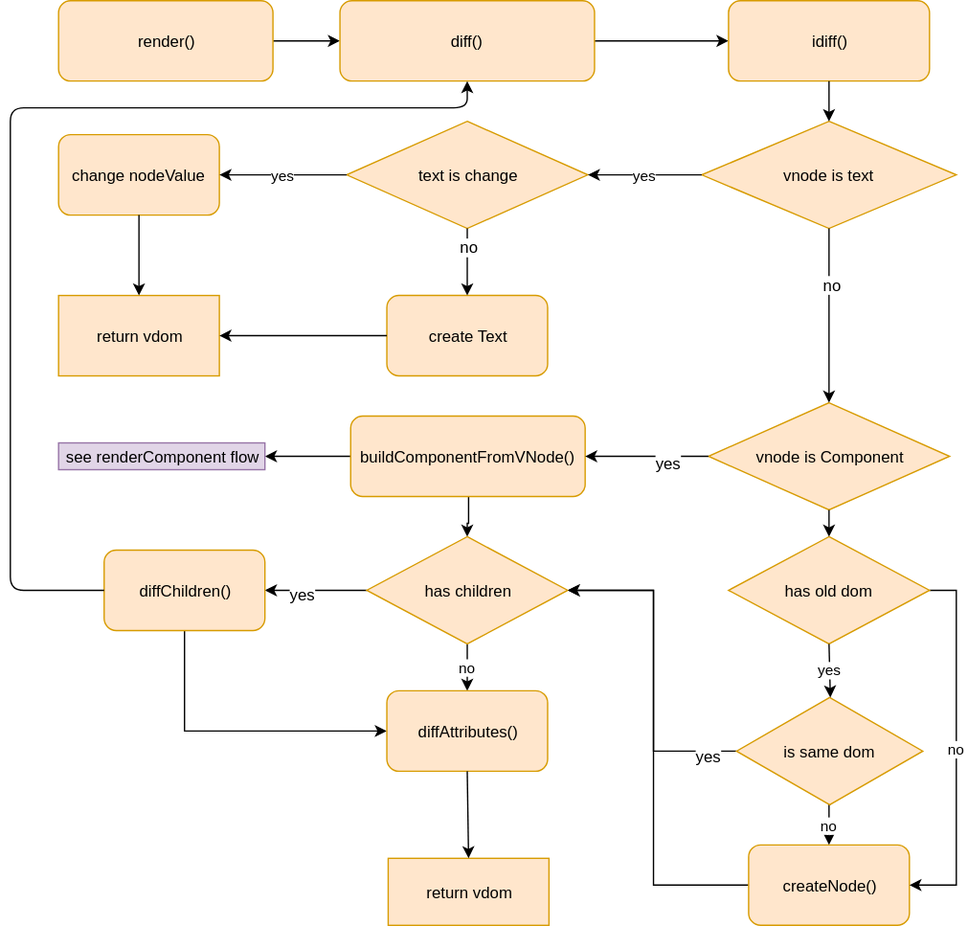
Earlier version of the draw.io export public/img/preact-source/render-flow.svg (zeromake/zeromake.github.io). Source tidied: cells renumbered, new cells last; positions are measured from the earlier drawing's top-left corner, leaving out a move shared by most shapes.
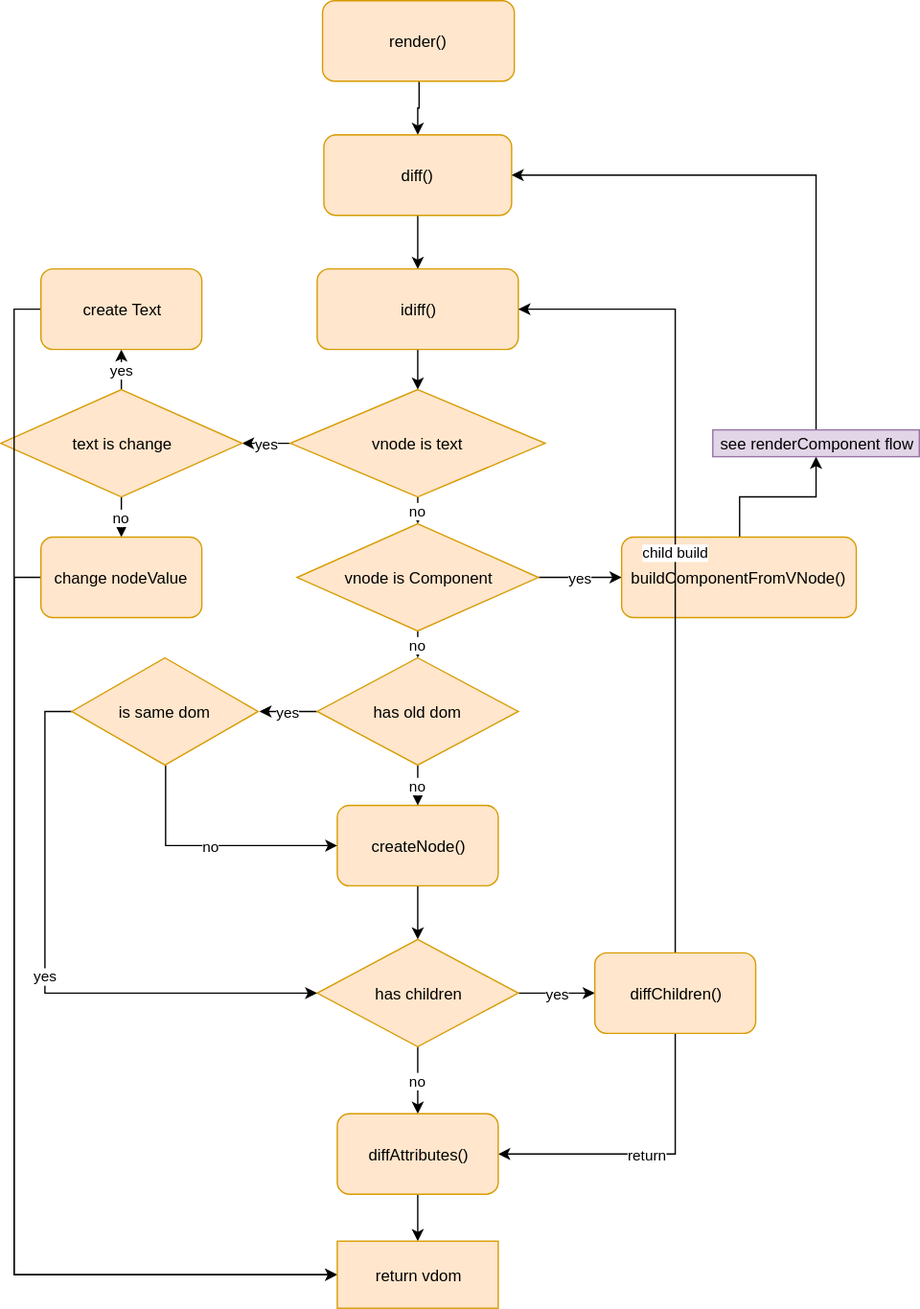
After the commit.

Commit message:
fix: change render-flow

The edit, as a diff of the source:
```diff
@@ -1,4 +1,4 @@
-<mxGraphModel background="#ffffff">
+<mxGraphModel background="#FFFFFF">
   <root>
     <mxCell id="0" />
     <mxCell id="1" parent="0" />
@@ -6,155 +6,123 @@
       <mxGeometry relative="1" as="geometry" />
     </mxCell>
     <mxCell id="3" value="&lt;div&gt;&lt;span&gt;render&lt;/span&gt;()&lt;/div&gt;" style="rounded=1;whiteSpace=wrap;html=1;fillColor=#ffe6cc;strokeColor=#d79b00;" parent="1" vertex="1">
-      <mxGeometry x="36" width="160" height="60" as="geometry" />
+      <mxGeometry x="297" y="-10" width="143" height="60" as="geometry" />
     </mxCell>
-    <mxCell id="4" style="edgeStyle=orthogonalEdgeStyle;rounded=0;html=1;jettySize=auto;" parent="1" edge="1" source="5" target="6">
+    <mxCell id="4" style="edgeStyle=orthogonalEdgeStyle;rounded=0;html=1;exitX=0.5;exitY=1;jettySize=auto;" parent="1" edge="1" source="5" target="6">
       <mxGeometry relative="1" as="geometry" />
     </mxCell>
     <mxCell id="5" value="&lt;span&gt;diff&lt;/span&gt;(&lt;span&gt;)&lt;/span&gt;" style="rounded=1;whiteSpace=wrap;html=1;fillColor=#ffe6cc;strokeColor=#d79b00;" parent="1" vertex="1">
-      <mxGeometry x="246" width="190" height="60" as="geometry" />
+      <mxGeometry x="298" y="90" width="140" height="60" as="geometry" />
     </mxCell>
+    <mxCell id="8" style="edgeStyle=orthogonalEdgeStyle;rounded=0;html=1;exitX=0.5;exitY=1;jettySize=auto;" parent="1" edge="1" source="6" target="7">
+      <mxGeometry relative="1" as="geometry" />
+    </mxCell>
     <mxCell id="6" value="&lt;div&gt;&lt;span&gt;idiff&lt;/span&gt;(&lt;span&gt;)&lt;/span&gt;&lt;/div&gt;" style="rounded=1;whiteSpace=wrap;html=1;fillColor=#ffe6cc;strokeColor=#d79b00;" parent="1" vertex="1">
-      <mxGeometry x="536" width="150" height="60" as="geometry" />
+      <mxGeometry x="293" y="190" width="150" height="60" as="geometry" />
     </mxCell>
+    <mxCell id="10" value="yes" style="edgeStyle=orthogonalEdgeStyle;rounded=0;html=1;exitX=0;exitY=0.5;entryX=1;entryY=0.5;jettySize=auto;" parent="1" edge="1" source="7" target="9">
+      <mxGeometry relative="1" as="geometry" />
+    </mxCell>
+    <mxCell id="20" value="no" style="edgeStyle=orthogonalEdgeStyle;rounded=0;html=1;exitX=0.5;exitY=1;entryX=0.5;entryY=0;jettySize=auto;" parent="1" edge="1" source="7" target="19">
+      <mxGeometry relative="1" as="geometry" />
+    </mxCell>
     <mxCell id="7" value="vnode is text" style="rhombus;whiteSpace=wrap;html=1;fillColor=#ffe6cc;strokeColor=#d79b00;" parent="1" vertex="1">
-      <mxGeometry x="516" y="90" width="190" height="80" as="geometry" />
+      <mxGeometry x="273" y="280" width="190" height="80" as="geometry" />
     </mxCell>
-    <mxCell id="8" style="endArrow=classic;html=1;exitX=0.5;exitY=1;" parent="1" edge="1" source="6" target="7">
-      <mxGeometry relative="1" as="geometry" />
-    </mxCell>
+    <mxCell id="14" value="yes" style="edgeStyle=orthogonalEdgeStyle;rounded=0;html=1;exitX=0.5;exitY=0;jettySize=auto;" parent="1" edge="1" source="9" target="13">
+      <mxGeometry relative="1" as="geometry" />
+    </mxCell>
+    <mxCell id="12" value="no" style="edgeStyle=orthogonalEdgeStyle;rounded=0;html=1;exitX=0.5;exitY=1;jettySize=auto;" parent="1" edge="1" source="9" target="11">
+      <mxGeometry relative="1" as="geometry" />
+    </mxCell>
     <mxCell id="9" value="text&lt;span&gt;&amp;nbsp;is change&lt;/span&gt;" style="rhombus;whiteSpace=wrap;html=1;fillColor=#ffe6cc;strokeColor=#d79b00;" parent="1" vertex="1">
-      <mxGeometry x="251" y="90" width="180" height="80" as="geometry" />
+      <mxGeometry x="57" y="280" width="180" height="80" as="geometry" />
     </mxCell>
-    <mxCell id="10" value="yes" style="endArrow=classic;html=1;entryX=1;entryY=0.5;exitX=0;exitY=0.5;" parent="1" edge="1" source="7" target="9">
-      <mxGeometry relative="1" as="geometry" />
-    </mxCell>
+    <mxCell id="48" style="edgeStyle=orthogonalEdgeStyle;rounded=0;html=1;exitX=0;exitY=0.5;entryX=0;entryY=0.5;jettySize=auto;" parent="1" edge="1" source="11" target="37">
+      <mxGeometry relative="1" as="geometry" />
+    </mxCell>
     <mxCell id="11" value="change&amp;nbsp;&lt;span&gt;nodeValue&lt;/span&gt;" style="rounded=1;whiteSpace=wrap;html=1;fillColor=#ffe6cc;strokeColor=#d79b00;" parent="1" vertex="1">
-      <mxGeometry x="36" y="100" width="120" height="60" as="geometry" />
+      <mxGeometry x="87" y="390" width="120" height="60" as="geometry" />
     </mxCell>
-    <mxCell id="12" value="yes" style="endArrow=classic;html=1;entryX=1;entryY=0.5;exitX=0;exitY=0.5;" parent="1" edge="1" source="9" target="11">
-      <mxGeometry relative="1" as="geometry" />
-    </mxCell>
+    <mxCell id="49" style="edgeStyle=orthogonalEdgeStyle;rounded=0;html=1;exitX=0;exitY=0.5;entryX=0;entryY=0.5;jettySize=auto;" parent="1" edge="1" source="13" target="37">
+      <mxGeometry relative="1" as="geometry" />
+    </mxCell>
     <mxCell id="13" value="create Text" style="rounded=1;whiteSpace=wrap;html=1;fillColor=#ffe6cc;strokeColor=#d79b00;" parent="1" vertex="1">
-      <mxGeometry x="281" y="220" width="120" height="60" as="geometry" />
+      <mxGeometry x="87" y="190" width="120" height="60" as="geometry" />
     </mxCell>
-    <mxCell id="14" style="endArrow=classic;html=1;entryX=0.5;entryY=0;" parent="1" edge="1" source="9" target="13">
-      <mxGeometry relative="1" as="geometry" />
-    </mxCell>
-    <mxCell id="15" value="no" style="text;html=1;align=center;verticalAlign=middle;labelBackgroundColor=#ffffff;" parent="14" vertex="1">
-      <mxGeometry x="-0.48" y="1" relative="1" as="geometry" />
-    </mxCell>
-    <mxCell id="16" value="return vdom" style="rounded=0;whiteSpace=wrap;html=1;fillColor=#ffe6cc;strokeColor=#d79b00;" parent="1" vertex="1">
-      <mxGeometry x="36" y="220" width="120" height="60" as="geometry" />
-    </mxCell>
-    <mxCell id="17" style="endArrow=classic;html=1;entryX=0.5;entryY=0;exitX=0.5;exitY=1;" parent="1" edge="1" source="11" target="16">
-      <mxGeometry relative="1" as="geometry" />
-    </mxCell>
-    <mxCell id="18" style="endArrow=classic;html=1;entryX=1;entryY=0.5;exitX=0;exitY=0.5;" parent="1" edge="1" source="13" target="16">
-      <mxGeometry relative="1" as="geometry" />
-    </mxCell>
+    <mxCell id="27" value="yes" style="edgeStyle=orthogonalEdgeStyle;rounded=0;html=1;exitX=1;exitY=0.5;entryX=0;entryY=0.5;jettySize=auto;" parent="1" edge="1" source="19" target="26">
+      <mxGeometry relative="1" as="geometry" />
+    </mxCell>
+    <mxCell id="42" value="no" style="edgeStyle=orthogonalEdgeStyle;rounded=0;html=1;exitX=0.5;exitY=1;entryX=0.5;entryY=0;jettySize=auto;" parent="1" edge="1" source="19" target="41">
+      <mxGeometry relative="1" as="geometry" />
+    </mxCell>
     <mxCell id="19" value="vnode is&amp;nbsp;&lt;span&gt;Component&lt;/span&gt;" style="rhombus;whiteSpace=wrap;html=1;fillColor=#ffe6cc;strokeColor=#d79b00;" parent="1" vertex="1">
-      <mxGeometry x="521" y="300" width="180" height="80" as="geometry" />
+      <mxGeometry x="278" y="380" width="180" height="80" as="geometry" />
     </mxCell>
-    <mxCell id="20" style="endArrow=classic;html=1;entryX=0.5;entryY=0;exitX=0.5;exitY=1;" parent="1" edge="1" source="7" target="19">
-      <mxGeometry relative="1" as="geometry" />
-    </mxCell>
-    <mxCell id="21" value="no" style="text;html=1;align=center;verticalAlign=middle;labelBackgroundColor=#ffffff;" parent="20" vertex="1">
-      <mxGeometry x="-0.37" y="2" relative="1" as="geometry" />
-    </mxCell>
-    <mxCell id="22" style="edgeStyle=orthogonalEdgeStyle;rounded=0;html=1;jettySize=auto;entryX=1;entryY=0.5;" parent="1" edge="1" source="23" target="32">
-      <mxGeometry relative="1" as="geometry">
-        <Array as="points">
-          <mxPoint x="480" y="660" />
-          <mxPoint x="480" y="440" />
-        </Array>
-      </mxGeometry>
+    <mxCell id="22" style="edgeStyle=orthogonalEdgeStyle;rounded=0;html=1;exitX=0.5;exitY=1;entryX=0.5;entryY=0;jettySize=auto;" parent="1" edge="1" source="23" target="32">
+      <mxGeometry relative="1" as="geometry" />
     </mxCell>
     <mxCell id="23" value="&lt;div&gt;&lt;span&gt;createNode()&lt;/span&gt;&lt;/div&gt;" style="rounded=1;whiteSpace=wrap;html=1;fillColor=#ffe6cc;strokeColor=#d79b00;" parent="1" vertex="1">
-      <mxGeometry x="551" y="630" width="120" height="60" as="geometry" />
+      <mxGeometry x="308" y="590" width="120" height="60" as="geometry" />
     </mxCell>
-    <mxCell id="24" style="edgeStyle=orthogonalEdgeStyle;rounded=0;html=1;jettySize=auto;" parent="1" edge="1" source="26" target="32">
-      <mxGeometry relative="1" as="geometry" />
-    </mxCell>
-    <mxCell id="25" style="edgeStyle=orthogonalEdgeStyle;rounded=0;html=1;exitX=0;exitY=0.5;jettySize=auto;" parent="1" edge="1" source="26" target="38">
+    <mxCell id="25" style="edgeStyle=orthogonalEdgeStyle;rounded=0;html=1;exitX=0.5;exitY=0;entryX=0.5;entryY=1;jettySize=auto;" parent="1" edge="1" source="26" target="38">
       <mxGeometry relative="1" as="geometry" />
     </mxCell>
     <mxCell id="26" value="&lt;div&gt;&lt;span&gt;buildComponentFromVNode()&lt;/span&gt;&lt;/div&gt;" style="rounded=1;whiteSpace=wrap;html=1;fillColor=#ffe6cc;strokeColor=#d79b00;" parent="1" vertex="1">
-      <mxGeometry x="254" y="310" width="175" height="60" as="geometry" />
+      <mxGeometry x="520" y="390" width="175" height="60" as="geometry" />
     </mxCell>
-    <mxCell id="27" style="endArrow=classic;html=1;entryX=1;entryY=0.5;exitX=0;exitY=0.5;" parent="1" edge="1" source="19" target="26">
-      <mxGeometry relative="1" as="geometry" />
-    </mxCell>
-    <mxCell id="28" value="yes" style="text;html=1;align=center;verticalAlign=middle;labelBackgroundColor=#ffffff;" parent="27" vertex="1">
-      <mxGeometry x="-0.35" y="4" relative="1" as="geometry" />
-    </mxCell>
-    <mxCell id="29" style="edgeStyle=orthogonalEdgeStyle;rounded=0;html=1;jettySize=auto;entryX=1;entryY=0.5;" parent="1" edge="1" source="32" target="34">
+    <mxCell id="29" value="yes" style="edgeStyle=orthogonalEdgeStyle;rounded=0;html=1;exitX=1;exitY=0.5;jettySize=auto;" parent="1" edge="1" source="32" target="34">
       <mxGeometry relative="1" as="geometry" />
     </mxCell>
-    <mxCell id="30" value="yes" style="text;html=1;align=center;verticalAlign=middle;labelBackgroundColor=#ffffff;" parent="29" vertex="1">
-      <mxGeometry x="0.27" y="2" relative="1" as="geometry" />
-    </mxCell>
-    <mxCell id="31" value="no" style="edgeStyle=orthogonalEdgeStyle;rounded=0;html=1;jettySize=auto;" parent="1" edge="1" source="32" target="36">
+    <mxCell id="31" value="no" style="edgeStyle=orthogonalEdgeStyle;rounded=0;html=1;exitX=0.5;exitY=1;entryX=0.5;entryY=0;jettySize=auto;" parent="1" edge="1" source="32" target="36">
       <mxGeometry relative="1" as="geometry" />
     </mxCell>
     <mxCell id="32" value="has children" style="rhombus;whiteSpace=wrap;html=1;fillColor=#ffe6cc;strokeColor=#d79b00;" parent="1" vertex="1">
-      <mxGeometry x="266" y="400" width="150" height="80" as="geometry" />
+      <mxGeometry x="293" y="690" width="150" height="80" as="geometry" />
     </mxCell>
-    <mxCell id="33" style="edgeStyle=orthogonalEdgeStyle;rounded=0;html=1;exitX=0.5;exitY=1;entryX=0;entryY=0.5;jettySize=auto;" parent="1" edge="1" source="34" target="36">
+    <mxCell id="33" value="return" style="edgeStyle=orthogonalEdgeStyle;rounded=0;html=1;exitX=0.5;exitY=1;entryX=1;entryY=0.5;jettySize=auto;" parent="1" edge="1" source="34" target="36">
       <mxGeometry relative="1" as="geometry" />
     </mxCell>
+    <mxCell id="50" value="child build" style="edgeStyle=orthogonalEdgeStyle;rounded=0;html=1;exitX=0.5;exitY=0;entryX=1;entryY=0.5;jettySize=auto;" parent="1" edge="1" source="34" target="6">
+      <mxGeometry relative="1" as="geometry" />
+    </mxCell>
     <mxCell id="34" value="&lt;div&gt;&lt;span&gt;diffChildren()&lt;/span&gt;&lt;/div&gt;" style="rounded=1;whiteSpace=wrap;html=1;fillColor=#ffe6cc;strokeColor=#d79b00;" parent="1" vertex="1">
-      <mxGeometry x="70" y="410" width="120" height="60" as="geometry" />
+      <mxGeometry x="500" y="700" width="120" height="60" as="geometry" />
     </mxCell>
-    <mxCell id="35" style="endArrow=classic;html=1;exitX=0;exitY=0.5;entryX=0.5;entryY=1;" parent="1" edge="1" source="34" target="5">
-      <mxGeometry relative="1" as="geometry">
-        <Array as="points">
-          <mxPoint y="440" />
-          <mxPoint y="80" />
-          <mxPoint x="341" y="80" />
-        </Array>
-      </mxGeometry>
-    </mxCell>
+    <mxCell id="39" style="edgeStyle=orthogonalEdgeStyle;rounded=0;html=1;exitX=0.5;exitY=1;entryX=0.5;entryY=0;jettySize=auto;" parent="1" edge="1" source="36" target="37">
+      <mxGeometry relative="1" as="geometry" />
+    </mxCell>
     <mxCell id="36" value="&lt;div&gt;&lt;span&gt;diffAttributes()&lt;/span&gt;&lt;/div&gt;" style="rounded=1;whiteSpace=wrap;html=1;fillColor=#ffe6cc;strokeColor=#d79b00;" parent="1" vertex="1">
-      <mxGeometry x="281" y="515" width="120" height="60" as="geometry" />
+      <mxGeometry x="308" y="820" width="120" height="60" as="geometry" />
     </mxCell>
     <mxCell id="37" value="return vdom" style="rounded=0;whiteSpace=wrap;html=1;fillColor=#ffe6cc;strokeColor=#d79b00;" parent="1" vertex="1">
-      <mxGeometry x="282" y="640" width="120" height="50" as="geometry" />
+      <mxGeometry x="308" y="915" width="120" height="50" as="geometry" />
     </mxCell>
+    <mxCell id="51" style="edgeStyle=orthogonalEdgeStyle;rounded=0;html=1;exitX=0.5;exitY=0;entryX=1;entryY=0.5;jettySize=auto;" parent="1" edge="1" source="38" target="5">
+      <mxGeometry relative="1" as="geometry" />
+    </mxCell>
     <mxCell id="38" value="see renderComponent flow" style="text;html=1;strokeColor=#9673a6;fillColor=#e1d5e7;align=center;verticalAlign=middle;whiteSpace=wrap;" parent="1" vertex="1">
-      <mxGeometry x="36" y="330" width="154" height="20" as="geometry" />
+      <mxGeometry x="588" y="310" width="154" height="20" as="geometry" />
     </mxCell>
-    <mxCell id="39" style="endArrow=classic;html=1;entryX=0.5;entryY=0;exitX=0.5;exitY=1;" parent="1" edge="1" source="36" target="37">
-      <mxGeometry relative="1" as="geometry" />
-    </mxCell>
-    <mxCell id="40" value="no" style="edgeStyle=orthogonalEdgeStyle;rounded=0;html=1;exitX=1;exitY=0.5;entryX=1;entryY=0.5;jettySize=auto;" parent="1" edge="1" source="41" target="23">
+    <mxCell id="40" value="no" style="edgeStyle=orthogonalEdgeStyle;rounded=0;html=1;exitX=0.5;exitY=1;entryX=0.5;entryY=0;jettySize=auto;" parent="1" edge="1" source="41" target="23">
       <mxGeometry relative="1" as="geometry" />
     </mxCell>
+    <mxCell id="52" value="yes" style="edgeStyle=orthogonalEdgeStyle;rounded=0;html=1;exitX=0;exitY=0.5;jettySize=auto;" parent="1" edge="1" source="41">
+      <mxGeometry relative="1" as="geometry">
+        <mxPoint x="250" y="520" as="targetPoint" />
+      </mxGeometry>
+    </mxCell>
     <mxCell id="41" value="has old dom" style="rhombus;whiteSpace=wrap;html=1;fillColor=#ffe6cc;strokeColor=#d79b00;" parent="1" vertex="1">
-      <mxGeometry x="536" y="400" width="150" height="80" as="geometry" />
+      <mxGeometry x="293" y="480" width="150" height="80" as="geometry" />
     </mxCell>
-    <mxCell id="42" style="endArrow=classic;html=1;entryX=0.5;entryY=0;exitX=0.5;exitY=1;" parent="1" edge="1" source="19" target="41">
-      <mxGeometry relative="1" as="geometry" />
-    </mxCell>
+    <mxCell id="45" value="no" style="edgeStyle=orthogonalEdgeStyle;rounded=0;html=1;exitX=0.5;exitY=1;entryX=0;entryY=0.5;jettySize=auto;" parent="1" edge="1" source="46" target="23">
+      <mxGeometry relative="1" as="geometry" />
+    </mxCell>
-    <mxCell id="43" style="edgeStyle=orthogonalEdgeStyle;rounded=0;html=1;exitX=0;exitY=0.5;entryX=1;entryY=0.5;jettySize=auto;" parent="1" edge="1" source="46" target="32">
-      <mxGeometry relative="1" as="geometry">
-        <Array as="points">
-          <mxPoint x="480" y="560" />
-          <mxPoint x="480" y="440" />
-        </Array>
-      </mxGeometry>
+    <mxCell id="43" value="yes" style="edgeStyle=orthogonalEdgeStyle;rounded=0;html=1;exitX=0;exitY=0.5;entryX=0;entryY=0.5;jettySize=auto;" parent="1" edge="1" source="46" target="32">
+      <mxGeometry relative="1" as="geometry" />
     </mxCell>
-    <mxCell id="44" value="yes" style="text;html=1;align=center;verticalAlign=middle;labelBackgroundColor=#ffffff;" parent="43" vertex="1">
-      <mxGeometry x="-0.83" y="3" relative="1" as="geometry" />
-    </mxCell>
-    <mxCell id="45" value="no" style="edgeStyle=orthogonalEdgeStyle;rounded=0;html=1;exitX=0.5;exitY=1;entryX=0.5;entryY=0;jettySize=auto;" parent="1" edge="1" source="46" target="23">
-      <mxGeometry relative="1" as="geometry" />
-    </mxCell>
     <mxCell id="46" value="is same dom" style="rhombus;whiteSpace=wrap;html=1;fillColor=#ffe6cc;strokeColor=#d79b00;" parent="1" vertex="1">
-      <mxGeometry x="542" y="520" width="139" height="80" as="geometry" />
+      <mxGeometry x="110" y="480" width="139" height="80" as="geometry" />
     </mxCell>
-    <mxCell id="47" value="yes" style="endArrow=classic;html=1;entryX=0.5;entryY=0;exitX=0.5;exitY=1;" parent="1" edge="1" source="41" target="46">
-      <mxGeometry relative="1" as="geometry" />
-    </mxCell>
   </root>
 </mxGraphModel>
```
